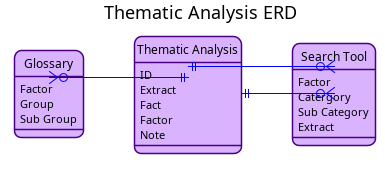
nigelgalbraith/portfolio keeps this PlantUML diagram as projects/images/main/original/ThematicAnalysisStructureEDR2.png. Above is the earlier version. Its source is kept beside it as diagrams/ERDs/ThematicAnalysisStructureEDR2.puml.
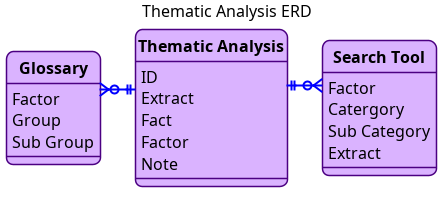
Above is the later version.

What changed in the source:
```diff
@@ -6,8 +6,15 @@
 skinparam ClassBackgroundColor #dab3ff
 skinparam ClassBorderColor #4b0082
 skinparam ClassFontColor #000000
+skinparam ClassFontStyle bold
+skinparam ClassAttributeIconSize 0
+skinparam DefaultFontName Arial
+skinparam DefaultFontSize 16
 skinparam ArrowColor #0000ff
+skinparam ArrowFontColor #000000
+skinparam ArrowThickness 2
 skinparam LineColor #0000ff
+skinparam LineThickness 2
 skinparam linetype ortho
 skinparam roundcorner 15
 skinparam shadowing false
@@ -32,9 +39,8 @@
   Extract
 }
 
-ThematicAnalysis::Factor ||-left-o{ Glossary::Factor
-ThematicAnalysis::Factor ||-right-o{ SearchTool::Factor
-ThematicAnalysis::Extract ||-right-o{ SearchTool::Extract
+ThematicAnalysis ||-left-o{ Glossary
+ThematicAnalysis ||-right-o{ SearchTool
 Glossary -[hidden]right- SearchTool
 ThematicAnalysis -[hidden]down- Glossary
 ThematicAnalysis -[hidden]down- SearchTool
```
